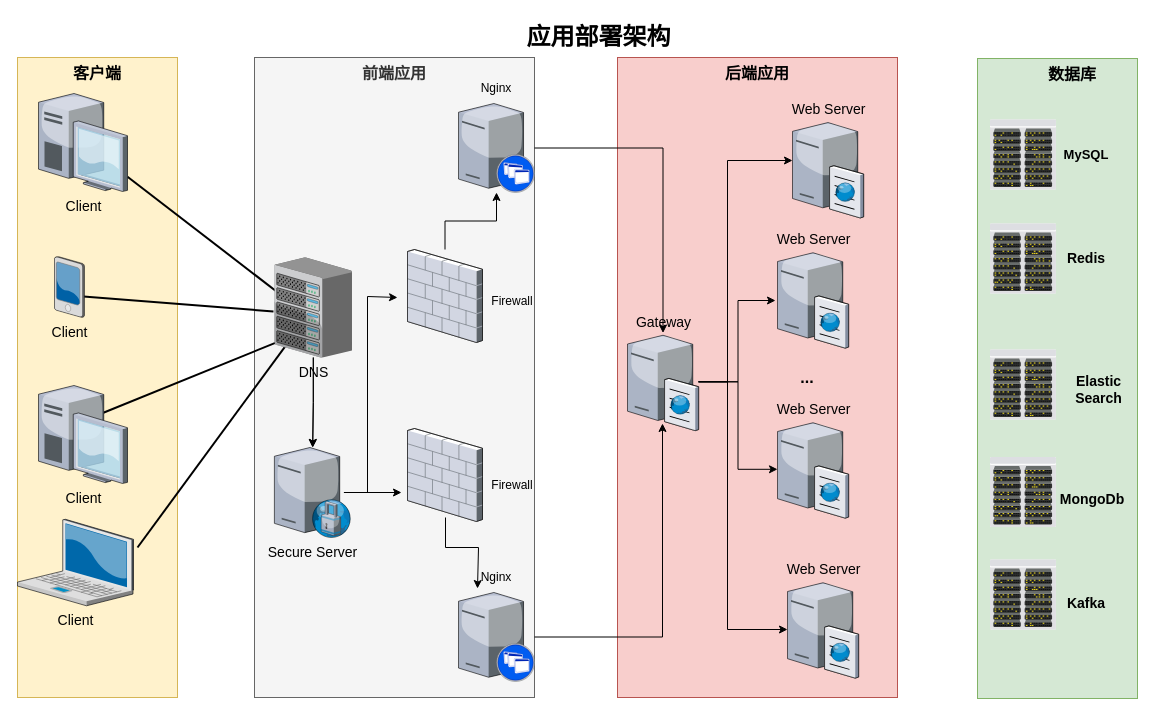
Earlier version of the draw.io diagram Untitled Diagram.drawio (XiongZen/QJReconstitution). Source tidied: cells renumbered, new cells numbered last; positions are measured from the earlier drawing's top-left corner, leaving out a move shared by most shapes. Both pictures are drawn from the tidied source at 100%, with x=0, y=0 at pixel (17, 17).
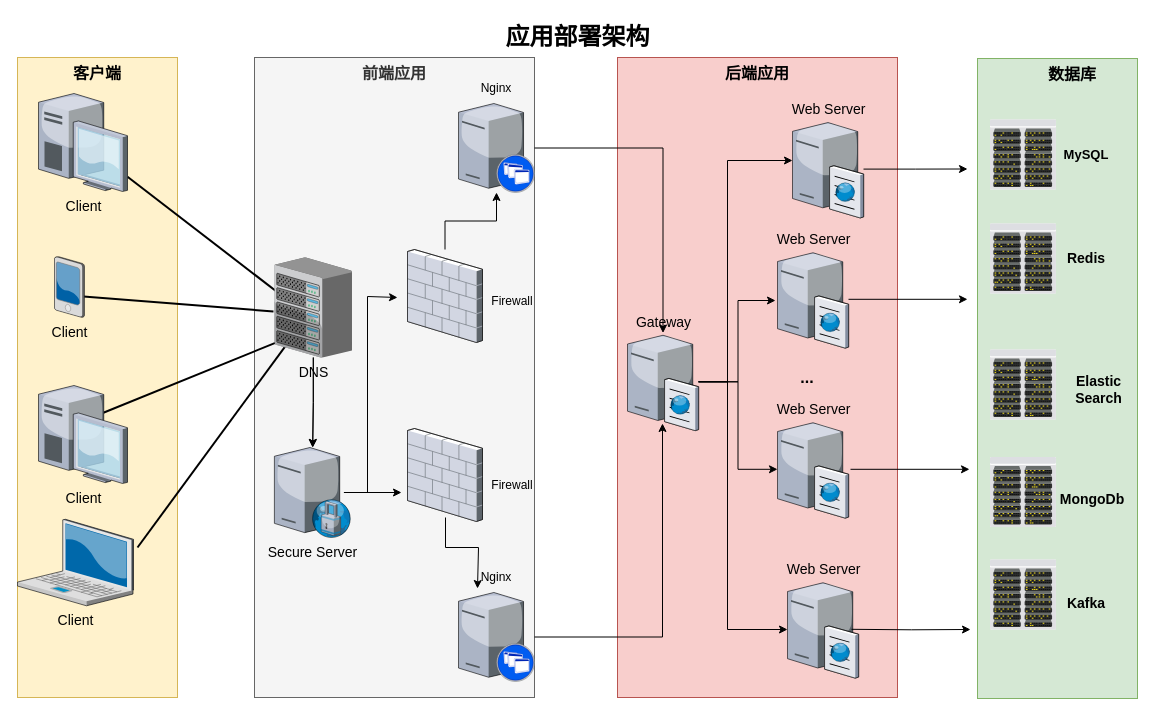
The same page after the edit.

The change refers to these unchanged cells:
```xml
<mxCell id="16" value="Web Server" style="verticalLabelPosition=top;html=1;verticalAlign=bottom;strokeColor=none;shape=mxgraph.citrix.cache_server;fillColor=#66B2FF;gradientColor=#0066CC;fontSize=14;labelPosition=center;align=center;" parent="1" vertex="1">
  <mxGeometry x="775" y="102.8" width="71" height="97.5" as="geometry" />
</mxCell>
<mxCell id="36" value="Web Server" style="verticalLabelPosition=top;html=1;verticalAlign=bottom;strokeColor=none;shape=mxgraph.citrix.cache_server;fillColor=#66B2FF;gradientColor=#0066CC;fontSize=14;labelPosition=center;align=center;" parent="1" vertex="1">
  <mxGeometry x="760" y="233" width="71" height="97.5" as="geometry" />
</mxCell>
```

Change to the diagram source:
```diff
@@
+    <mxCell id="54" style="edgeStyle=orthogonalEdgeStyle;rounded=0;jettySize=auto;html=1;" parent="1" edge="1" source="16">
+      <mxGeometry relative="1" as="geometry">
+        <mxPoint x="950" y="151.5" as="targetPoint" />
+      </mxGeometry>
+    </mxCell>
@@
     <mxCell id="22" value="应用部署架构" style="text;strokeColor=none;fillColor=none;html=1;fontSize=24;fontStyle=1;verticalAlign=middle;align=center;" parent="1" vertex="1">
-      <mxGeometry x="150" width="861" height="40" as="geometry" />
+      <mxGeometry width="1120" height="40" as="geometry" />
     </mxCell>
@@
+    <mxCell id="55" style="edgeStyle=orthogonalEdgeStyle;rounded=0;jettySize=auto;html=1;" parent="1" edge="1" source="36">
+      <mxGeometry relative="1" as="geometry">
+        <mxPoint x="950" y="281.8" as="targetPoint" />
+      </mxGeometry>
+    </mxCell>
@@
+    <mxCell id="56" style="edgeStyle=orthogonalEdgeStyle;rounded=0;orthogonalLoop=1;jettySize=auto;html=1;" parent="1" edge="1">
+      <mxGeometry relative="1" as="geometry">
+        <mxPoint x="833" y="451.8" as="sourcePoint" />
+        <mxPoint x="952" y="451.8" as="targetPoint" />
+      </mxGeometry>
+    </mxCell>
@@
+    <mxCell id="57" style="edgeStyle=orthogonalEdgeStyle;rounded=0;orthogonalLoop=1;jettySize=auto;html=1;" parent="1" edge="1">
+      <mxGeometry relative="1" as="geometry">
+        <mxPoint x="834" y="611.8" as="sourcePoint" />
+        <mxPoint x="953" y="612" as="targetPoint" />
+      </mxGeometry>
+    </mxCell>
```
